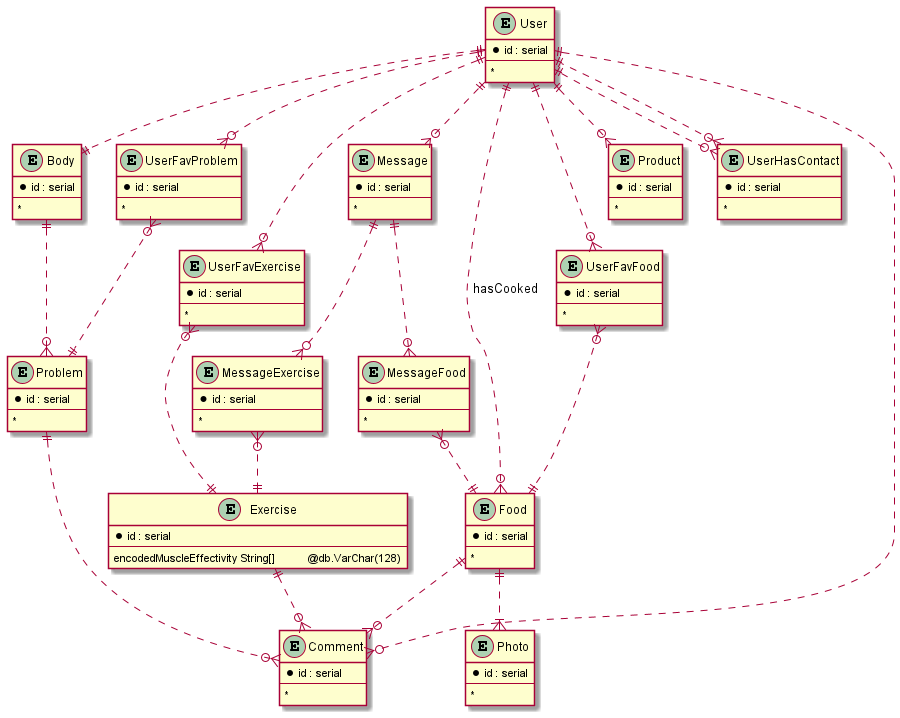
This is database/database.png from TomasJanecka/RecoveryTom, a PlantUML export, as it was before one commit.
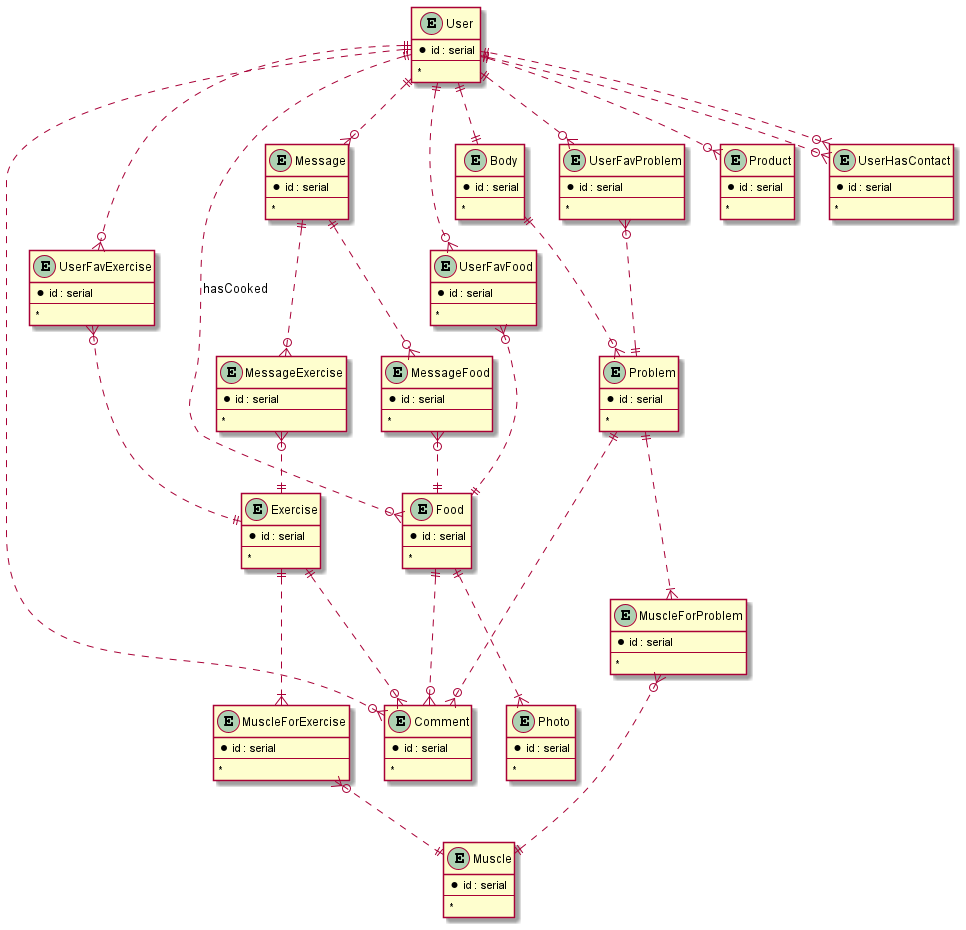
The same file after the commit.

Commit message:
database reworked: database init 1.0

The edit, as a diff of the source:
```diff
@@ -39,7 +39,7 @@
 entity Exercise {
     *id : serial
     --
-    encodedMuscleEffectivity String[]           @db.VarChar(128)
+    *
 }
 
 entity Body {
@@ -90,6 +90,23 @@
     *
 }
 
+entity Muscle {
+    *id : serial
+    --
+    *
+}
+
+entity MuscleForExercise {
+    *id : serial
+    --
+    *
+}
+
+entity MuscleForProblem {
+    *id : serial
+    --
+    *
+}
 
 User ||..o{ Comment
 User ||..o{ UserHasContact
@@ -105,6 +122,8 @@
 User ||..o{ Product
 User ||..|| Body
 Body ||..o{ Problem
+Problem ||..|{ MuscleForProblem
+MuscleForProblem }o..|| Muscle
 
 Message ||..o{ MessageExercise
 MessageExercise }o..|| Exercise
@@ -113,6 +132,8 @@
 
 Problem ||..o{ Comment
 Exercise ||..o{ Comment
+Exercise ||..|{ MuscleForExercise
+MuscleForExercise }o..|| Muscle
 Food ||..o{ Comment
 Food ||..|{ Photo
 
```
